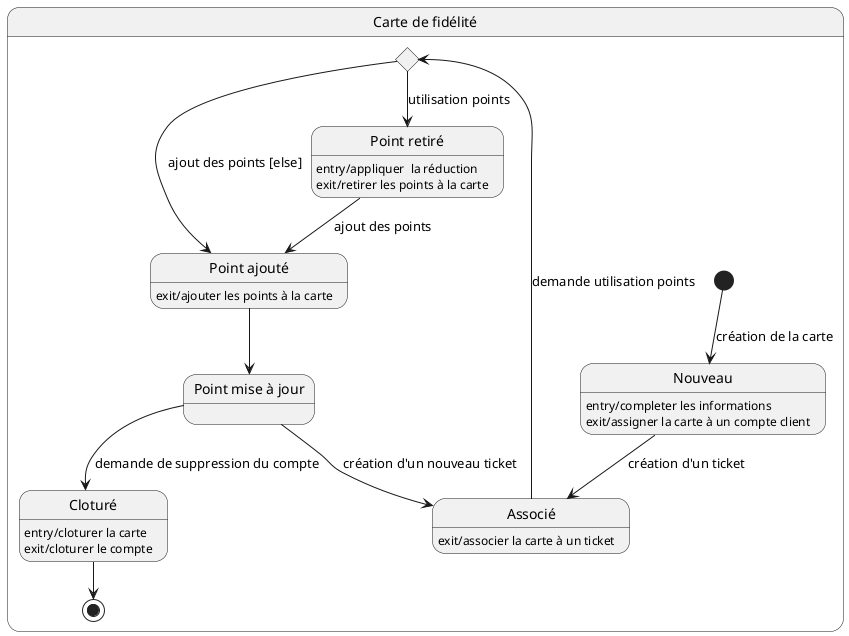
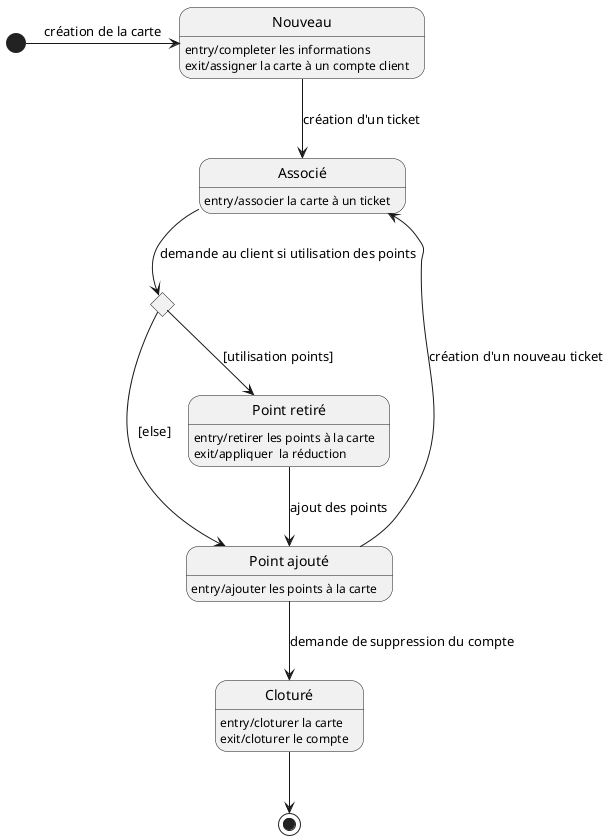
@startuml
- state "Carte de fidélité" as chest <<state>>{
+ state choice <<choice>>

-     state choice <<choice>>
+ state "Nouveau" as nouv
+ nouv: entry/completer les informations
+ nouv: exit/assigner la carte à un compte client

-     state "Nouveau" as nouv
-     nouv: entry/completer les informations
-     nouv: exit/assigner la carte à un compte client
+ state "Associé" as asso
+ asso: entry/associer la carte à un ticket

-     state "Associé" as asso
-     asso: exit/associer la carte à un ticket
+ state "Point ajouté" as ptajout
+ ptajout: entry/ajouter les points à la carte

-     state "Point ajouté" as ptajout
-     ptajout: exit/ajouter les points à la carte
+ state "Point retiré" as ptret
+ ptret: entry/retirer les points à la carte
+ ptret: exit/appliquer  la réduction

-     state "Point retiré" as ptret
-     ptret: entry/appliquer  la réduction
-     ptret: exit/retirer les points à la carte
+ state "Cloturé" as clot
+ clot: entry/cloturer la carte
+ clot: exit/cloturer le compte

-     state "Point mise à jour" as ptmod
+ [*] -right-> nouv :création de la carte
+ nouv --> asso :création d'un ticket

-     state "Cloturé" as clot
-     clot: entry/cloturer la carte
-     clot: exit/cloturer le compte
+ asso --> choice :demande au client si utilisation des points
+ choice --> ptret :[utilisation points]
+ choice --> ptajout :[else]
+ ptret --> ptajout :ajout des points

-     [*] --> nouv :création de la carte
-     nouv --> asso :création d'un ticket
- 
-     asso --> choice :demande utilisation points
-     choice --> ptret :utilisation points
-     choice --> ptajout :ajout des points [else]
-     ptret --> ptajout :ajout des points
- 
-     ptajout --> ptmod
-     ptmod --> asso :création d'un nouveau ticket
-     ptmod --> clot :demande de suppression du compte
-     clot --> [*]
- 
- }
+ ptajout --> asso :création d'un nouveau ticket
+ ptajout --> clot :demande de suppression du compte
+ clot --> [*]
@enduml
